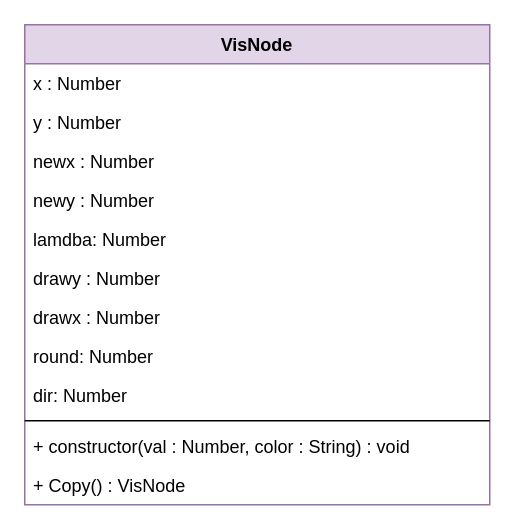
Above: page "VisNode" (2 of 9) of classes.drawio in Gaber97/RBTree (draw.io), before the change. Source tidied: cells renumbered, new cells numbered last; positions are measured from the earlier drawing's top-left corner, leaving out a move shared by most shapes. Both pictures are drawn from the tidied source at 150%, with x=0, y=0 at pixel (24, 24).
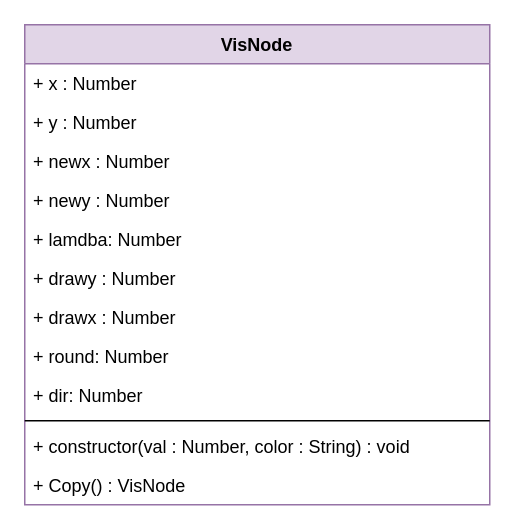
The same page after the edit.

Diff of the diagram source:
```diff
@@
 <mxGraphModel>
   <root>
     <mxCell id="0" />
     <mxCell id="1" parent="0" />
     <mxCell id="2" value="VisNode" style="swimlane;fontStyle=1;align=center;verticalAlign=top;horizontal=1;startSize=26;fillColor=#e1d5e7;strokeColor=#9673a6;" parent="1" vertex="1">
       <mxGeometry width="310" height="320" as="geometry" />
     </mxCell>
-    <mxCell id="3" value="x : Number" style="text;align=left;verticalAlign=top;spacingLeft=4;spacingRight=4;overflow=hidden;" parent="2" vertex="1">
+    <mxCell id="3" value="+ x : Number" style="text;align=left;verticalAlign=top;spacingLeft=4;spacingRight=4;overflow=hidden;" parent="2" vertex="1">
       <mxGeometry y="26" width="310" height="26" as="geometry" />
     </mxCell>
-    <mxCell id="4" value="y : Number" style="text;strokeColor=none;fillColor=none;align=left;verticalAlign=top;spacingLeft=4;spacingRight=4;overflow=hidden;" parent="2" vertex="1">
+    <mxCell id="4" value="+ y : Number" style="text;strokeColor=none;fillColor=none;align=left;verticalAlign=top;spacingLeft=4;spacingRight=4;overflow=hidden;" parent="2" vertex="1">
       <mxGeometry y="52" width="310" height="26" as="geometry" />
     </mxCell>
-    <mxCell id="5" value="newx : Number" style="text;strokeColor=none;fillColor=none;align=left;verticalAlign=top;spacingLeft=4;spacingRight=4;overflow=hidden;" parent="2" vertex="1">
+    <mxCell id="5" value="+ newx : Number" style="text;strokeColor=none;fillColor=none;align=left;verticalAlign=top;spacingLeft=4;spacingRight=4;overflow=hidden;" parent="2" vertex="1">
       <mxGeometry y="78" width="310" height="26" as="geometry" />
     </mxCell>
-    <mxCell id="6" value="newy : Number" style="text;strokeColor=none;fillColor=none;align=left;verticalAlign=top;spacingLeft=4;spacingRight=4;overflow=hidden;" parent="2" vertex="1">
+    <mxCell id="6" value="+ newy : Number" style="text;strokeColor=none;fillColor=none;align=left;verticalAlign=top;spacingLeft=4;spacingRight=4;overflow=hidden;" parent="2" vertex="1">
       <mxGeometry y="104" width="310" height="26" as="geometry" />
     </mxCell>
-    <mxCell id="7" value="lamdba: Number" style="text;strokeColor=none;fillColor=none;align=left;verticalAlign=top;spacingLeft=4;spacingRight=4;overflow=hidden;" parent="2" vertex="1">
+    <mxCell id="7" value="+ lamdba: Number" style="text;strokeColor=none;fillColor=none;align=left;verticalAlign=top;spacingLeft=4;spacingRight=4;overflow=hidden;" parent="2" vertex="1">
       <mxGeometry y="130" width="310" height="26" as="geometry" />
     </mxCell>
-    <mxCell id="8" value="drawy : Number" style="text;strokeColor=none;fillColor=none;align=left;verticalAlign=top;spacingLeft=4;spacingRight=4;overflow=hidden;" parent="2" vertex="1">
+    <mxCell id="8" value="+ drawy : Number" style="text;strokeColor=none;fillColor=none;align=left;verticalAlign=top;spacingLeft=4;spacingRight=4;overflow=hidden;" parent="2" vertex="1">
       <mxGeometry y="156" width="310" height="26" as="geometry" />
     </mxCell>
-    <mxCell id="9" value="drawx : Number" style="text;strokeColor=none;fillColor=none;align=left;verticalAlign=top;spacingLeft=4;spacingRight=4;overflow=hidden;" parent="2" vertex="1">
+    <mxCell id="9" value="+ drawx : Number" style="text;strokeColor=none;fillColor=none;align=left;verticalAlign=top;spacingLeft=4;spacingRight=4;overflow=hidden;" parent="2" vertex="1">
       <mxGeometry y="182" width="310" height="26" as="geometry" />
     </mxCell>
-    <mxCell id="10" value="round: Number" style="text;strokeColor=none;fillColor=none;align=left;verticalAlign=top;spacingLeft=4;spacingRight=4;overflow=hidden;" parent="2" vertex="1">
+    <mxCell id="10" value="+ round: Number" style="text;strokeColor=none;fillColor=none;align=left;verticalAlign=top;spacingLeft=4;spacingRight=4;overflow=hidden;" parent="2" vertex="1">
       <mxGeometry y="208" width="310" height="26" as="geometry" />
     </mxCell>
-    <mxCell id="11" value="dir: Number" style="text;strokeColor=none;fillColor=none;align=left;verticalAlign=top;spacingLeft=4;spacingRight=4;overflow=hidden;" parent="2" vertex="1">
+    <mxCell id="11" value="+ dir: Number" style="text;strokeColor=none;fillColor=none;align=left;verticalAlign=top;spacingLeft=4;spacingRight=4;overflow=hidden;" parent="2" vertex="1">
       <mxGeometry y="234" width="310" height="26" as="geometry" />
     </mxCell>
     <mxCell id="12" style="line;strokeWidth=1;fillColor=none;align=left;verticalAlign=middle;spacingTop=-1;spacingLeft=3;spacingRight=3;labelPosition=right;" parent="2" vertex="1">
       <mxGeometry y="260" width="310" height="8" as="geometry" />
     </mxCell>
     <mxCell id="13" value="+ constructor(val : Number, color : String) : void&#10;" style="text;strokeColor=none;fillColor=none;align=left;verticalAlign=top;spacingLeft=4;spacingRight=4;overflow=hidden;" parent="2" vertex="1">
       <mxGeometry y="268" width="310" height="26" as="geometry" />
     </mxCell>
     <mxCell id="14" value="+ Copy() : VisNode&#10;" style="text;strokeColor=none;fillColor=none;align=left;verticalAlign=top;spacingLeft=4;spacingRight=4;overflow=hidden;" parent="2" vertex="1">
       <mxGeometry y="294" width="310" height="26" as="geometry" />
     </mxCell>
   </root>
 </mxGraphModel>
```
